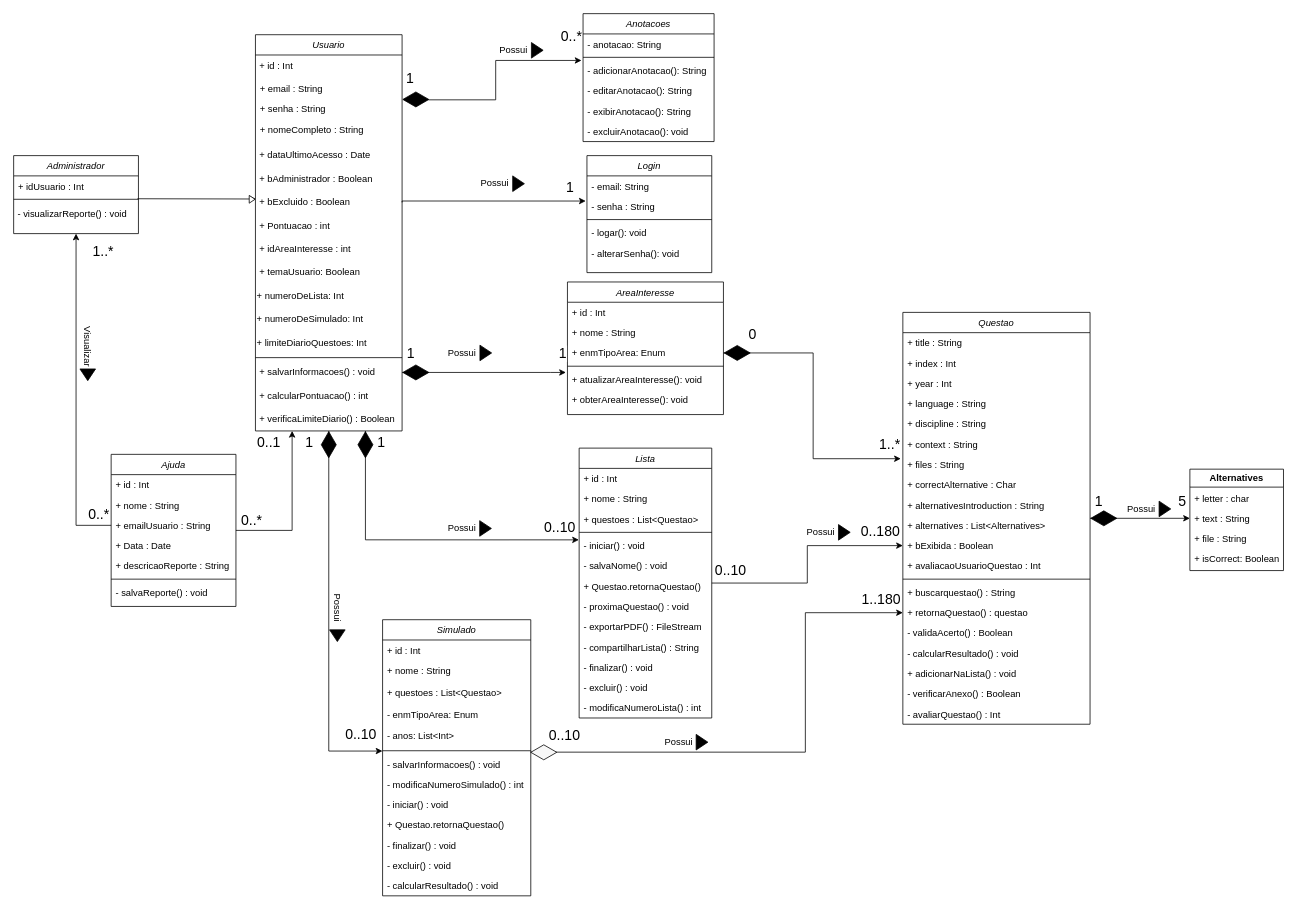
Before: QENEM UML Diagram.drawio in augustorazani/QENEM-UML-Diagram, a draw.io diagram. Source tidied: cells renumbered, new cells numbered last; positions are measured from the earlier drawing's top-left corner, leaving out a move shared by most shapes. Both pictures are drawn from the tidied source at 78%, with x=0, y=0 at pixel (13, 13).
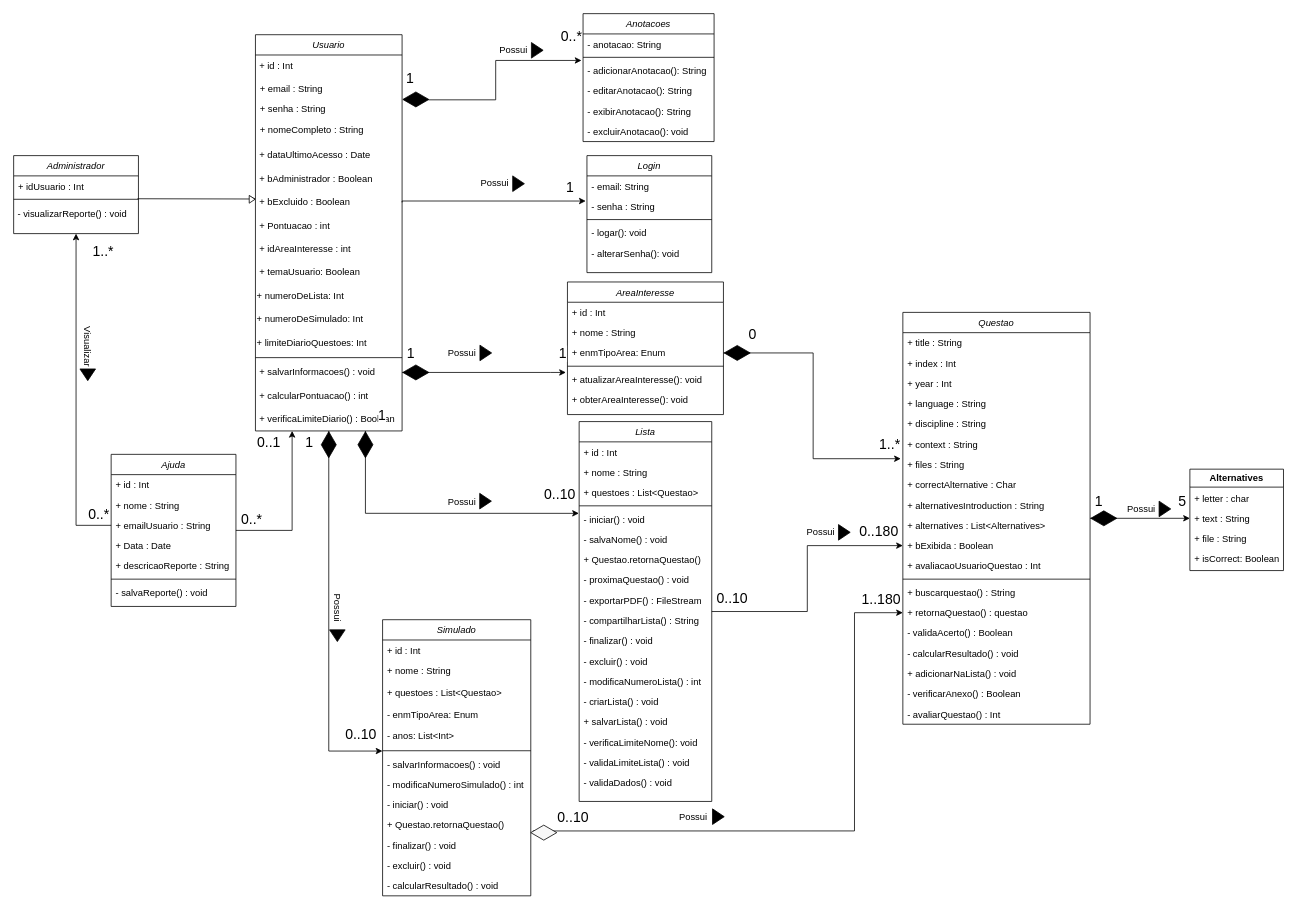
The same diagram, later.

Unchanged cells that the change refers to:
```xml
<mxCell id="58" value="- salvarInformacoes() : void" style="text;align=left;verticalAlign=top;spacingLeft=4;spacingRight=4;overflow=hidden;points=[[0,0.5],[1,0.5]];portConstraint=eastwest;" parent="51" vertex="1">
  <mxGeometry y="172" width="190" height="26" as="geometry" />
</mxCell>
<mxCell id="61" value="+ Questao.retornaQuestao()" style="text;align=left;verticalAlign=top;spacingLeft=4;spacingRight=4;overflow=hidden;points=[[0,0.5],[1,0.5]];portConstraint=eastwest;" parent="51" vertex="1">
  <mxGeometry y="250" width="190" height="26" as="geometry" />
</mxCell>
<mxCell id="81" value="+ retornaQuestao() : questao" style="text;align=left;verticalAlign=top;spacingLeft=4;spacingRight=4;overflow=hidden;points=[[0,0.5],[1,0.5]];portConstraint=eastwest;" parent="66" vertex="1">
  <mxGeometry y="372" width="240" height="26" as="geometry" />
</mxCell>
<mxCell id="119" style="edgeStyle=orthogonalEdgeStyle;rounded=0;jettySize=auto;html=1;exitX=0.75;exitY=1;exitDx=0;exitDy=0;entryX=-0.002;entryY=0.217;entryDx=0;entryDy=0;entryPerimeter=0;" parent="1" edge="1" source="21" target="40">
  <mxGeometry relative="1" as="geometry" />
</mxCell>
```

The edit, as a diff of the source:
```diff
@@
     <mxCell id="35" value="Lista" style="swimlane;fontStyle=2;align=center;verticalAlign=top;horizontal=1;startSize=26;rounded=0;shadow=0;strokeWidth=1;" parent="1" vertex="1">
-      <mxGeometry x="725" y="557" width="170" height="346" as="geometry" />
+      <mxGeometry x="725" y="523" width="170" height="487" as="geometry" />
     </mxCell>
@@
+    <mxCell id="165" value="- criarLista() : void" style="text;align=left;verticalAlign=top;spacingLeft=4;spacingRight=4;overflow=hidden;" parent="35" vertex="1">
+      <mxGeometry y="346" width="170" height="26" as="geometry" />
+    </mxCell>
+    <mxCell id="166" value="+ salvarLista() : void" style="text;align=left;verticalAlign=top;spacingLeft=4;spacingRight=4;overflow=hidden;" parent="35" vertex="1">
+      <mxGeometry y="372" width="170" height="26" as="geometry" />
+    </mxCell>
+    <mxCell id="167" value="- verificaLimiteNome(): void" style="text;align=left;verticalAlign=top;spacingLeft=4;spacingRight=4;overflow=hidden;" parent="35" vertex="1">
+      <mxGeometry y="398" width="170" height="26" as="geometry" />
+    </mxCell>
+    <mxCell id="168" value="- validaLimiteLista() : void" style="text;align=left;verticalAlign=top;spacingLeft=4;spacingRight=4;overflow=hidden;" parent="35" vertex="1">
+      <mxGeometry y="424" width="170" height="26" as="geometry" />
+    </mxCell>
+    <mxCell id="169" value="- validaDados() : void" style="text;align=left;verticalAlign=top;spacingLeft=4;spacingRight=4;overflow=hidden;" parent="35" vertex="1">
+      <mxGeometry y="450" width="170" height="26" as="geometry" />
+    </mxCell>
@@
-    <mxCell id="50" style="edgeStyle=orthogonalEdgeStyle;rounded=0;jettySize=auto;html=1;exitX=0.999;exitY=-0.085;exitDx=0;exitDy=0;exitPerimeter=0;entryX=0;entryY=0.5;entryDx=0;entryDy=0;" parent="1" edge="1" source="58" target="81">
+    <mxCell id="50" style="edgeStyle=orthogonalEdgeStyle;rounded=0;jettySize=auto;html=1;exitX=1.014;exitY=0.801;exitDx=0;exitDy=0;exitPerimeter=0;entryX=0;entryY=0.5;entryDx=0;entryDy=0;" parent="1" edge="1" source="61" target="81">
       <mxGeometry relative="1" as="geometry">
         <Array as="points">
-          <mxPoint x="1015" y="947" />
-          <mxPoint x="1015" y="768" />
+          <mxPoint x="1078" y="1048" />
+          <mxPoint x="1078" y="768" />
         </Array>
       </mxGeometry>
     </mxCell>
@@
     <mxCell id="110" value="&lt;font style=&quot;font-size: 18px;&quot;&gt;0..10&lt;/font&gt;" style="edgeLabel;html=1;align=center;verticalAlign=middle;" parent="1" vertex="1">
-      <mxGeometry x="705" y="925" as="geometry" />
+      <mxGeometry x="716" y="1030" as="geometry" />
     </mxCell>
@@
     <mxCell id="115" value="&lt;font style=&quot;font-size: 18px;&quot;&gt;0..*&lt;/font&gt;" style="edgeLabel;html=1;align=center;verticalAlign=middle;" parent="1" vertex="1">
-      <mxGeometry x="621" y="617" as="geometry">
+      <mxGeometry x="621" y="616" as="geometry">
         <mxPoint x="-317" y="32" as="offset" />
       </mxGeometry>
     </mxCell>
@@
     <mxCell id="121" value="&lt;font style=&quot;font-size: 18px;&quot;&gt;0..10&lt;/font&gt;" style="edgeLabel;html=1;align=center;verticalAlign=middle;" parent="119" vertex="1">
       <mxGeometry x="-0.74" y="-1" relative="1" as="geometry">
-        <mxPoint x="249" y="69" as="offset" />
+        <mxPoint x="249" y="32" as="offset" />
       </mxGeometry>
     </mxCell>
@@
     <mxCell id="126" style="triangle;whiteSpace=wrap;html=1;fillColor=#000000;" parent="1" vertex="1">
-      <mxGeometry x="597.5" y="650" width="15" height="20" as="geometry" />
+      <mxGeometry x="597.5" y="615" width="15" height="20" as="geometry" />
     </mxCell>
     <mxCell id="127" value="Possui" style="text;html=1;align=center;verticalAlign=middle;whiteSpace=wrap;rounded=0;" parent="1" vertex="1">
-      <mxGeometry x="545" y="645" width="60" height="30" as="geometry" />
+      <mxGeometry x="545" y="611" width="60" height="30" as="geometry" />
     </mxCell>
@@
     <mxCell id="130" style="triangle;whiteSpace=wrap;html=1;fillColor=#000000;" parent="1" vertex="1">
-      <mxGeometry x="875" y="924" width="15" height="20" as="geometry" />
+      <mxGeometry x="896" y="1019.5" width="15" height="20" as="geometry" />
     </mxCell>
     <mxCell id="131" value="Possui" style="text;html=1;align=center;verticalAlign=middle;whiteSpace=wrap;rounded=0;" parent="1" vertex="1">
-      <mxGeometry x="822.5" y="919" width="60" height="30" as="geometry" />
+      <mxGeometry x="839" y="1015.5" width="64.5" height="29" as="geometry" />
     </mxCell>
@@
     <mxCell id="136" style="html=1;whiteSpace=wrap;shape=isoRectangle;strokeColor=light-dark(#000000,#000000);fillColor=light-dark(#F7F7F7,#000000);" parent="1" vertex="1">
-      <mxGeometry x="663" y="937" width="33.3" height="20" as="geometry" />
+      <mxGeometry x="663" y="1040" width="33.3" height="20" as="geometry" />
     </mxCell>
     <mxCell id="137" value="&lt;font style=&quot;font-size: 18px;&quot;&gt;0..10&lt;/font&gt;" style="edgeLabel;html=1;align=center;verticalAlign=middle;" parent="1" vertex="1">
-      <mxGeometry x="705" y="670" as="geometry">
+      <mxGeometry x="705" y="669" as="geometry">
         <mxPoint x="-261" y="254" as="offset" />
       </mxGeometry>
     </mxCell>
```
